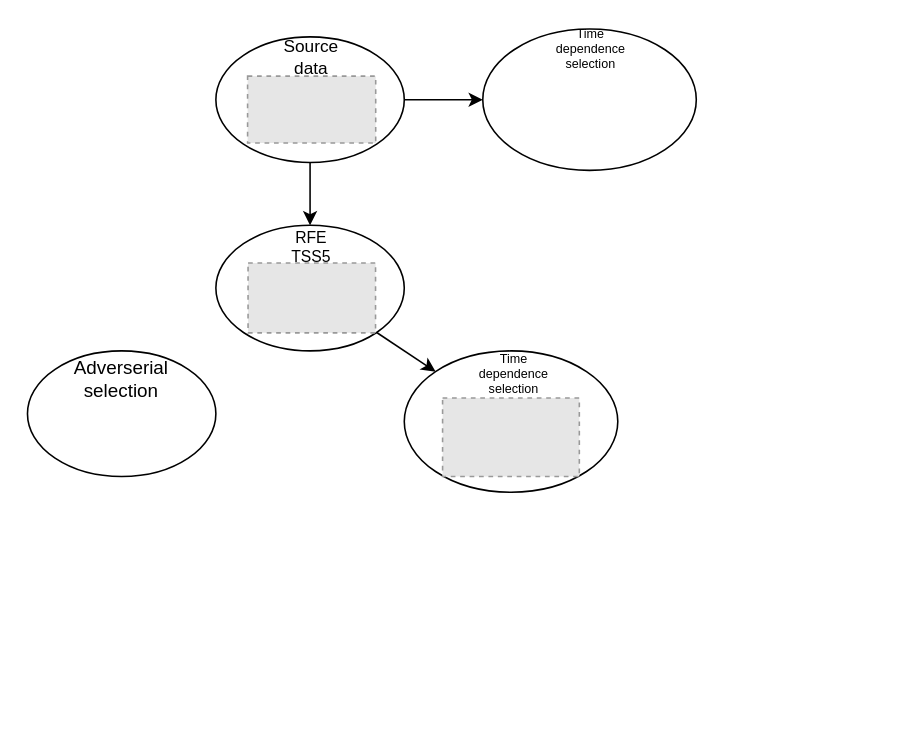
kiru883/Kaggle keeps this draw.io diagram as Untitled Diagram.drawio. Above is the earlier version. Source tidied: cells renumbered, new cells numbered last; positions are measured from the earlier drawing's top-left corner, leaving out a move shared by most shapes. Both pictures are drawn from the tidied source at 157%, with x=0, y=0 at pixel (27, 28). Pictures stored in the file or linked from it are replaced by grey dashed boxes.
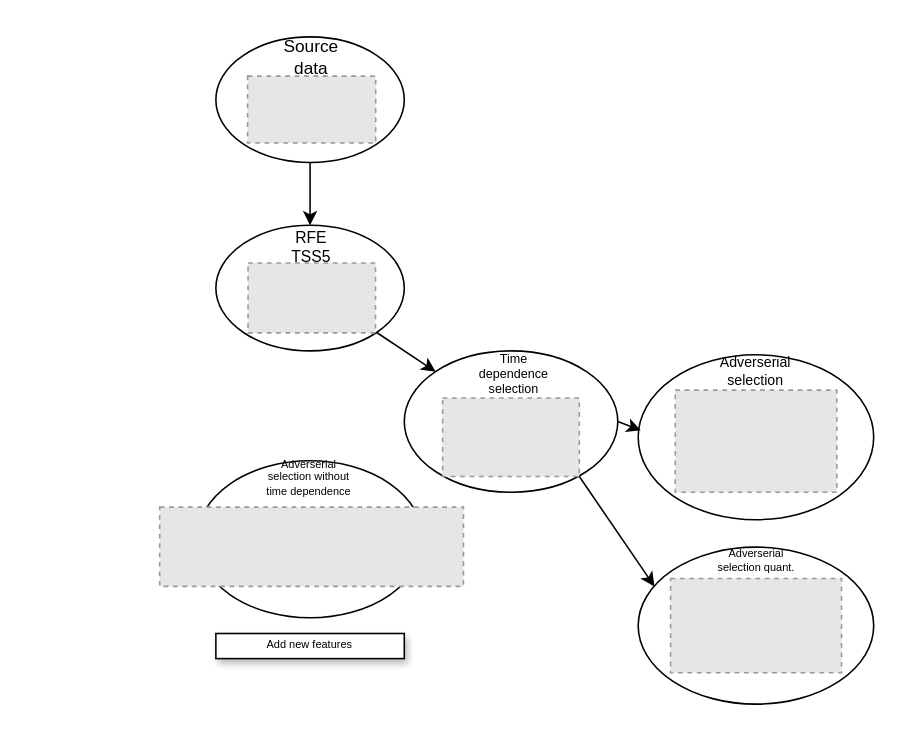
The same page after the edit.

Unchanged cells that the change refers to:
```xml
<mxCell id="2" style="ellipse;whiteSpace=wrap;html=1;" parent="1" vertex="1">
  <mxGeometry x="120" y="5" width="120" height="80" as="geometry" />
</mxCell>
<mxCell id="5" style="ellipse;whiteSpace=wrap;html=1;" parent="1" vertex="1">
  <mxGeometry x="240" y="205" width="136" height="90" as="geometry" />
</mxCell>
<mxCell id="13" style="fillColor=#E6E6E6;strokeColor=#999999;dashed=1;verticalLabelPosition=bottom;labelBackgroundColor=#ffffff;verticalAlign=top;" parent="1" vertex="1">
  <mxGeometry x="264.4" y="235" width="87.1" height="50" as="geometry" />
</mxCell>
```

What changed in the source:
```diff
@@
+    <mxCell id="18" style="ellipse;whiteSpace=wrap;html=1;" parent="1" vertex="1">
+      <mxGeometry x="389" y="207.5" width="150" height="105" as="geometry" />
+    </mxCell>
@@
-    <mxCell id="4" style="ellipse;whiteSpace=wrap;html=1;" parent="1" vertex="1">
-      <mxGeometry y="205" width="120" height="80" as="geometry" />
-    </mxCell>
@@
-    <mxCell id="8" value="Adverserial selection&lt;br&gt;" style="text;html=1;strokeColor=none;fillColor=none;align=center;verticalAlign=middle;whiteSpace=wrap;rounded=0;" parent="1" vertex="1">
-      <mxGeometry x="40" y="213" width="40" height="20" as="geometry" />
+    <mxCell id="8" value="Adverserial selection&lt;br style=&quot;font-size: 9px;&quot;&gt;" style="text;html=1;strokeColor=none;fillColor=none;align=center;verticalAlign=middle;whiteSpace=wrap;rounded=0;fontSize=9;" parent="1" vertex="1">
+      <mxGeometry x="449" y="211" width="30" height="13.7" as="geometry" />
     </mxCell>
@@
-    <mxCell id="14" style="ellipse;whiteSpace=wrap;html=1;" parent="1" vertex="1">
-      <mxGeometry x="290" width="136" height="90" as="geometry" />
-    </mxCell>
-    <mxCell id="15" value="Time dependence&lt;br style=&quot;font-size: 8px;&quot;&gt;selection" style="text;html=1;strokeColor=none;fillColor=none;align=center;verticalAlign=middle;whiteSpace=wrap;rounded=0;fontSize=8;" parent="1" vertex="1">
-      <mxGeometry x="339" y="3" width="40" height="20" as="geometry" />
-    </mxCell>
-    <mxCell id="16" style="endArrow=classic;html=1;fontSize=8;exitX=1;exitY=0.5;exitDx=0;exitDy=0;entryX=0;entryY=0.5;entryDx=0;entryDy=0;" parent="1" edge="1" source="2" target="14">
-      <mxGeometry relative="1" as="geometry" />
-    </mxCell>
@@
+    <mxCell id="19" style="ellipse;whiteSpace=wrap;html=1;" parent="1" vertex="1">
+      <mxGeometry x="389" y="330" width="150" height="100" as="geometry" />
+    </mxCell>
+    <mxCell id="20" style="fillColor=#E6E6E6;strokeColor=#999999;dashed=1;verticalLabelPosition=bottom;labelBackgroundColor=#ffffff;verticalAlign=top;" parent="1" vertex="1">
+      <mxGeometry x="412.6" y="230" width="102.9" height="65" as="geometry" />
+    </mxCell>
+    <mxCell id="21" style="fillColor=#E6E6E6;strokeColor=#999999;dashed=1;verticalLabelPosition=bottom;labelBackgroundColor=#ffffff;verticalAlign=top;" parent="1" vertex="1">
+      <mxGeometry x="409.6" y="350" width="108.9" height="60" as="geometry" />
+    </mxCell>
+    <mxCell id="22" value="Adverserial selection quant." style="text;html=1;strokeColor=none;fillColor=none;align=center;verticalAlign=middle;whiteSpace=wrap;rounded=0;fontSize=7;" parent="1" vertex="1">
+      <mxGeometry x="435.5" y="335" width="57" height="8" as="geometry" />
+    </mxCell>
+    <mxCell id="23" style="ellipse;whiteSpace=wrap;html=1;" parent="1" vertex="1">
+      <mxGeometry x="108" y="275" width="144" height="100" as="geometry" />
+    </mxCell>
+    <mxCell id="24" style="endArrow=classic;html=1;fontSize=7;exitX=1;exitY=0.5;exitDx=0;exitDy=0;entryX=0.011;entryY=0.458;entryDx=0;entryDy=0;entryPerimeter=0;" parent="1" edge="1" source="5" target="18">
+      <mxGeometry relative="1" as="geometry" />
+    </mxCell>
+    <mxCell id="25" style="endArrow=classic;html=1;fontSize=7;exitX=1;exitY=1;exitDx=0;exitDy=0;entryX=0.069;entryY=0.25;entryDx=0;entryDy=0;entryPerimeter=0;" parent="1" edge="1" source="13" target="19">
+      <mxGeometry relative="1" as="geometry" />
+    </mxCell>
+    <mxCell id="26" value="Adverserial selection without time dependence" style="text;html=1;strokeColor=none;fillColor=none;align=center;verticalAlign=middle;whiteSpace=wrap;rounded=0;fontSize=7;" parent="1" vertex="1">
+      <mxGeometry x="151" y="282" width="57" height="7" as="geometry" />
+    </mxCell>
+    <mxCell id="27" value="Add new features" style="rounded=0;whiteSpace=wrap;html=1;shadow=1;fontSize=7;" parent="1" vertex="1">
+      <mxGeometry x="120" y="385" width="120" height="16" as="geometry" />
+    </mxCell>
+    <mxCell id="28" style="fillColor=#E6E6E6;strokeColor=#999999;dashed=1;verticalLabelPosition=bottom;labelBackgroundColor=#ffffff;verticalAlign=top;" parent="1" vertex="1">
+      <mxGeometry x="84.2" y="304.5" width="193.5" height="50.5" as="geometry" />
+    </mxCell>
```
